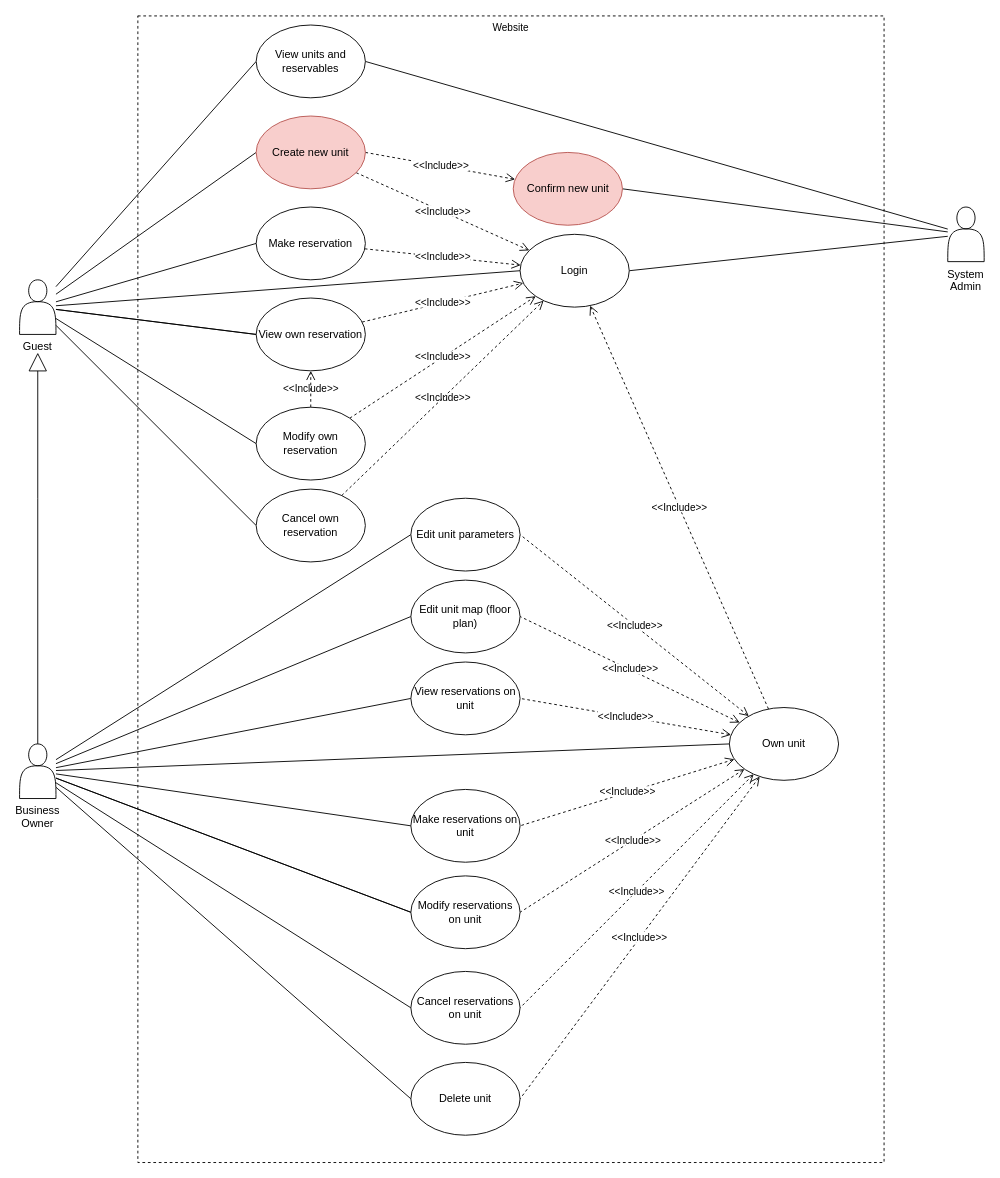
Earlier version of the draw.io diagram documentation/use_case_diagram.drawio (Bundologus/ELTE_fullstack_2022). Source tidied: cells renumbered, new cells numbered last; positions are measured from the earlier drawing's top-left corner, leaving out a move shared by most shapes. Both pictures are drawn from the tidied source at 91%, with x=0, y=0 at pixel (19, 15).
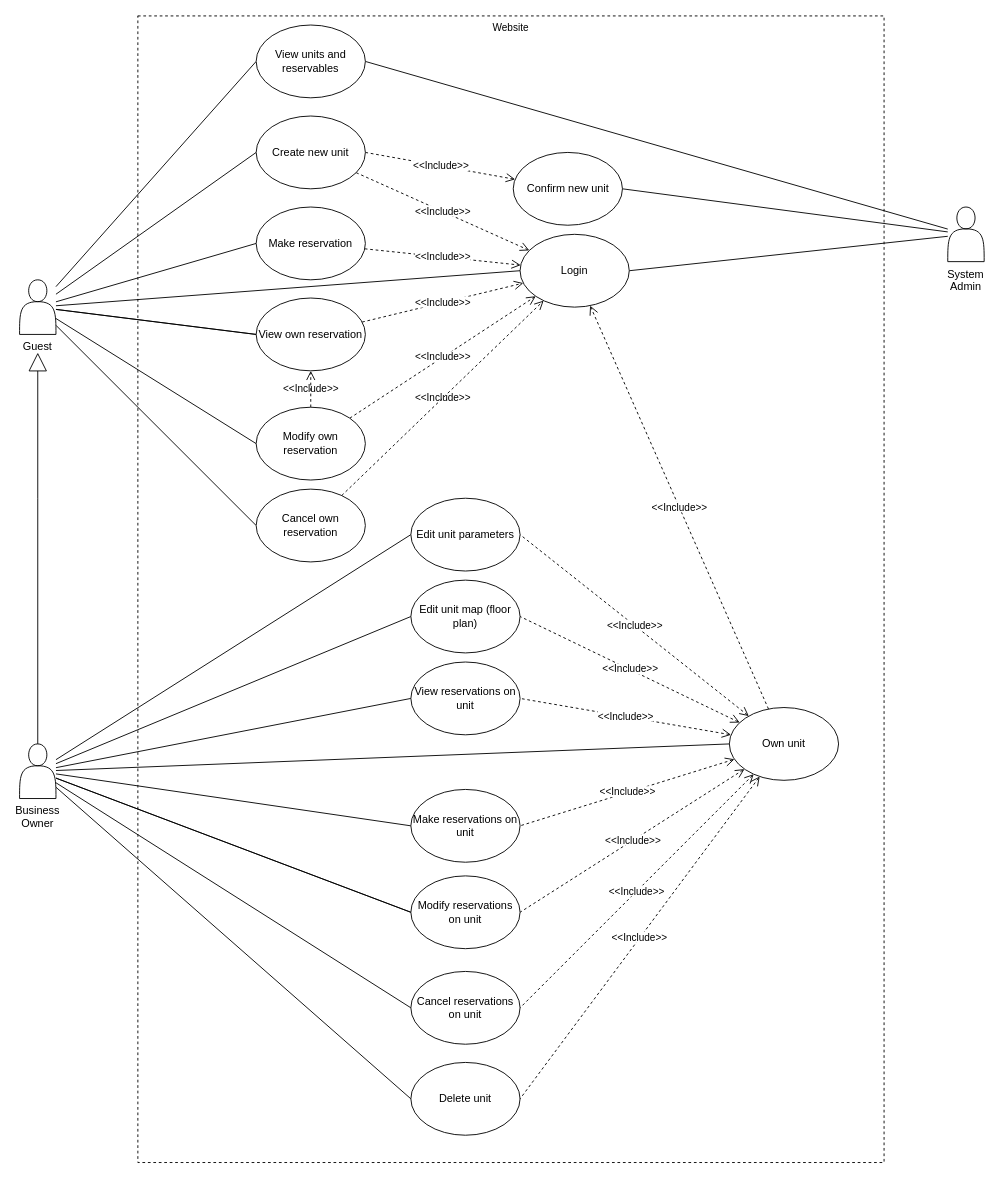
The same diagram, later.

What changed in the source:
```diff
@@
-    <mxCell id="29" value="Create new unit" style="ellipse;whiteSpace=wrap;html=1;fillColor=#f8cecc;strokeColor=#b85450;" parent="1" vertex="1">
+    <mxCell id="29" value="Create new unit" style="ellipse;whiteSpace=wrap;html=1;" parent="1" vertex="1">
       <mxGeometry x="260" y="110" width="120" height="80" as="geometry" />
     </mxCell>
-    <mxCell id="30" value="Confirm new unit" style="ellipse;whiteSpace=wrap;html=1;fillColor=#f8cecc;strokeColor=#b85450;" parent="1" vertex="1">
+    <mxCell id="30" value="Confirm new unit" style="ellipse;whiteSpace=wrap;html=1;" parent="1" vertex="1">
       <mxGeometry x="542.5" y="150" width="120" height="80" as="geometry" />
     </mxCell>
```
